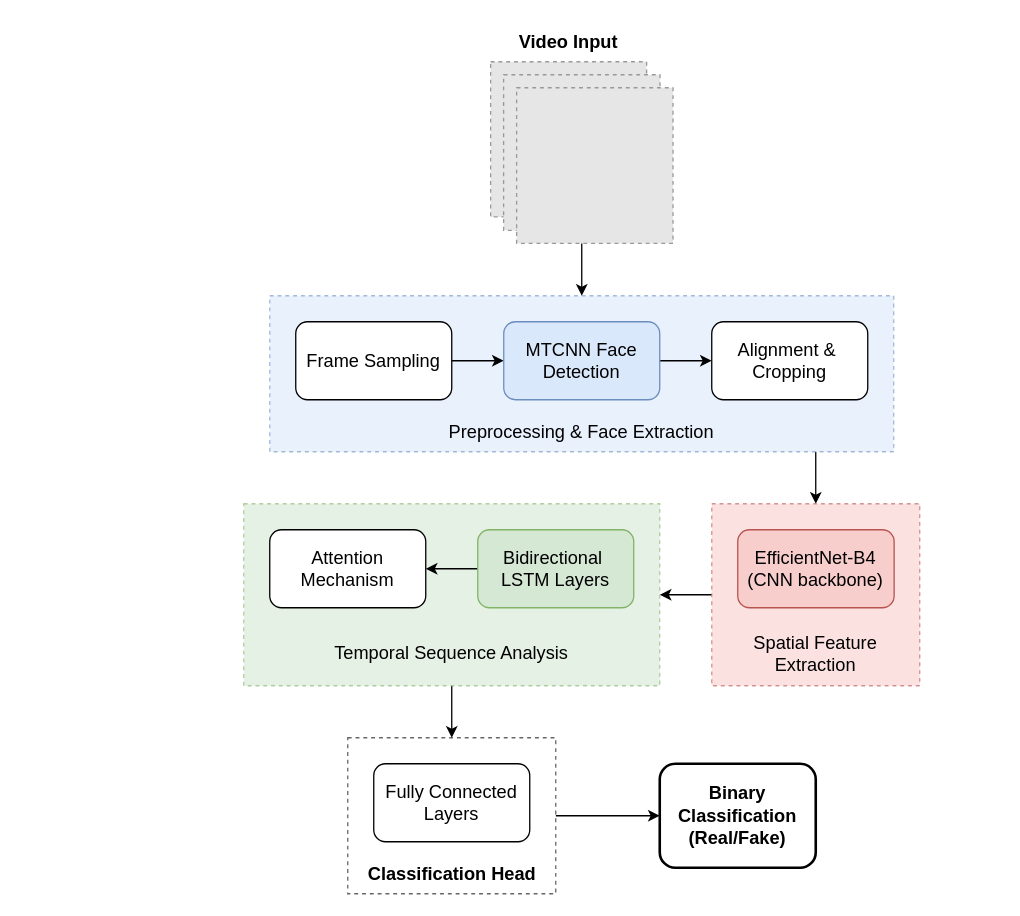
The draw.io diagram DeepFakeDetectionArchitecture.drawio in lukas0173/Draw.io, before the edit. Source tidied: cells renumbered, new cells numbered last; positions are measured from the earlier drawing's top-left corner, leaving out a move shared by most shapes. Both pictures are drawn from the tidied source at 130%, with x=0, y=0 at pixel (243, 22). Pictures stored in the file or linked from it are replaced by grey dashed boxes.
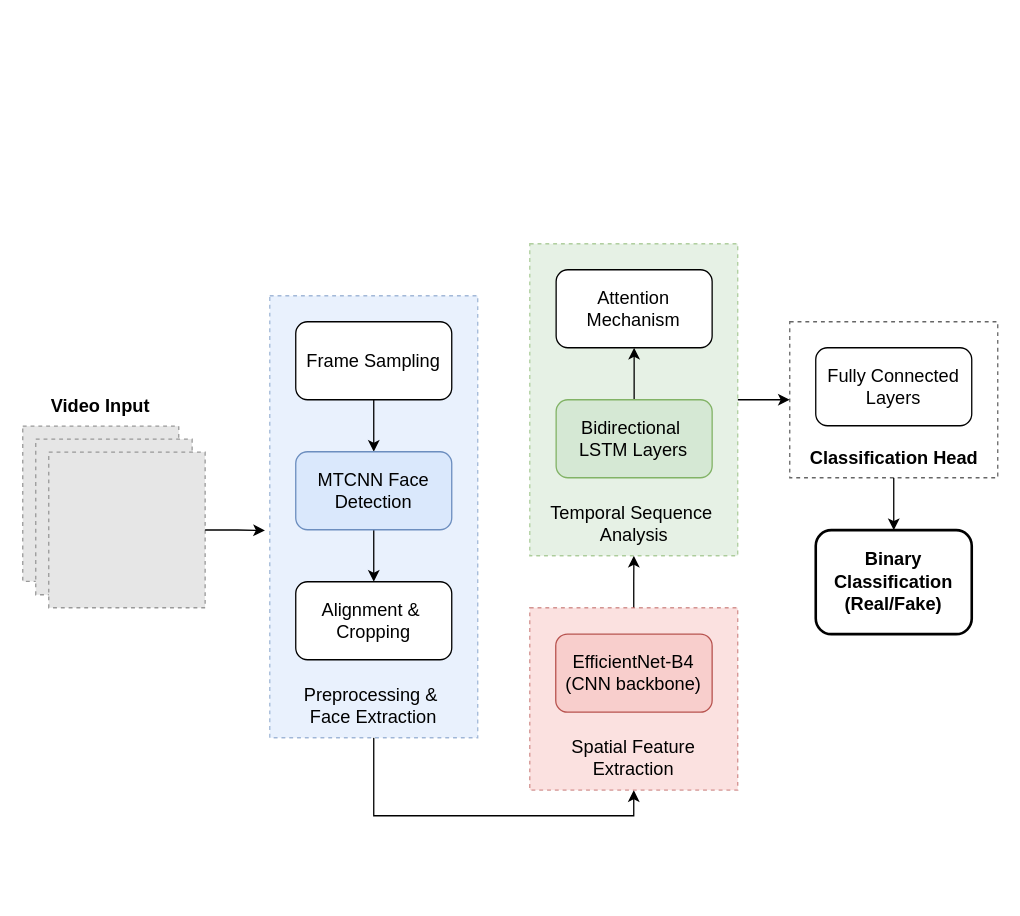
Above is the later version.

The edit, as a diff of the source:
```diff
@@
-    <mxCell id="2" style="edgeStyle=orthogonalEdgeStyle;rounded=0;jettySize=auto;html=1;entryX=0.5;entryY=0;entryDx=0;entryDy=0;" parent="1" edge="1" source="3" target="13">
-      <mxGeometry relative="1" as="geometry">
-        <Array as="points">
-          <mxPoint x="440" y="340" />
-          <mxPoint x="440" y="340" />
-        </Array>
-      </mxGeometry>
-    </mxCell>
+    <mxCell id="32" style="edgeStyle=orthogonalEdgeStyle;rounded=0;jettySize=auto;html=1;entryX=0.5;entryY=1;entryDx=0;entryDy=0;" parent="1" edge="1" source="3" target="14">
+      <mxGeometry relative="1" as="geometry">
+        <Array as="points">
+          <mxPoint x="100" y="610" />
+          <mxPoint x="300" y="610" />
+        </Array>
+      </mxGeometry>
+    </mxCell>
     <mxCell id="3" style="rounded=0;whiteSpace=wrap;html=1;fillColor=#dae8fc;strokeColor=#6c8ebf;dashed=1;opacity=60;" parent="1" vertex="1">
-      <mxGeometry x="20" y="210" width="480" height="120" as="geometry" />
+      <mxGeometry x="20" y="210" width="160" height="340" as="geometry" />
     </mxCell>
     <mxCell id="4" style="fillColor=#E6E6E6;strokeColor=#999999;dashed=1;verticalLabelPosition=bottom;verticalAlign=top;" parent="1" vertex="1">
-      <mxGeometry x="189.9" y="30" width="120" height="119.4" as="geometry" />
+      <mxGeometry x="-170" y="310.3" width="120" height="119.4" as="geometry" />
     </mxCell>
@@
     <mxCell id="8" value="MTCNN Face Detection" style="rounded=1;whiteSpace=wrap;html=1;fontSize=14;fillColor=#dae8fc;strokeColor=#6c8ebf;" parent="1" vertex="1">
-      <mxGeometry x="200" y="230" width="120" height="60" as="geometry" />
+      <mxGeometry x="40" y="330" width="120" height="60" as="geometry" />
     </mxCell>
     <mxCell id="9" value="Alignment &amp;amp;&amp;nbsp;&lt;div&gt;Cropping&lt;/div&gt;" style="rounded=1;whiteSpace=wrap;html=1;fontSize=14;" parent="1" vertex="1">
-      <mxGeometry x="360" y="230" width="120" height="60" as="geometry" />
+      <mxGeometry x="40" y="430" width="120" height="60" as="geometry" />
     </mxCell>
-    <mxCell id="10" value="Preprocessing &amp;amp; Face Extraction" style="text;html=1;whiteSpace=wrap;strokeColor=none;fillColor=none;align=center;verticalAlign=middle;rounded=0;fontStyle=0;fontSize=14;" parent="1" vertex="1">
-      <mxGeometry x="145" y="300" width="230" height="30" as="geometry" />
+    <mxCell id="10" value="Preprocessing &amp;amp;&amp;nbsp;&lt;div&gt;Face Extraction&lt;/div&gt;" style="text;html=1;whiteSpace=wrap;strokeColor=none;fillColor=none;align=center;verticalAlign=middle;rounded=0;fontStyle=0;fontSize=14;" parent="1" vertex="1">
+      <mxGeometry x="40" y="500" width="120" height="50" as="geometry" />
     </mxCell>
     <mxCell id="11" value="Video Input" style="text;html=1;whiteSpace=wrap;strokeColor=none;fillColor=none;align=center;verticalAlign=middle;rounded=0;fontStyle=1;fontSize=14;" parent="1" vertex="1">
-      <mxGeometry x="200" width="100" height="30" as="geometry" />
+      <mxGeometry x="-159.9" y="280.3" width="100" height="30" as="geometry" />
     </mxCell>
-    <mxCell id="12" style="edgeStyle=orthogonalEdgeStyle;rounded=0;jettySize=auto;html=1;entryX=1;entryY=0.5;entryDx=0;entryDy=0;" parent="1" edge="1" source="13" target="17">
-      <mxGeometry relative="1" as="geometry" />
-    </mxCell>
+    <mxCell id="33" style="edgeStyle=orthogonalEdgeStyle;rounded=0;jettySize=auto;html=1;entryX=0.5;entryY=1;entryDx=0;entryDy=0;" parent="1" edge="1" source="13" target="21">
+      <mxGeometry relative="1" as="geometry" />
+    </mxCell>
     <mxCell id="13" style="rounded=0;whiteSpace=wrap;html=1;fillColor=#f8cecc;strokeColor=#b85450;dashed=1;opacity=60;" parent="1" vertex="1">
-      <mxGeometry x="360" y="370" width="160" height="140" as="geometry" />
+      <mxGeometry x="220" y="450" width="160" height="140.3" as="geometry" />
     </mxCell>
     <mxCell id="14" value="Spatial Feature Extraction" style="text;html=1;whiteSpace=wrap;strokeColor=none;fillColor=none;align=center;verticalAlign=middle;rounded=0;fontStyle=0;fontSize=14;" parent="1" vertex="1">
-      <mxGeometry x="370" y="460" width="140" height="50" as="geometry" />
+      <mxGeometry x="230" y="540.3" width="140" height="50" as="geometry" />
     </mxCell>
     <mxCell id="15" value="EfficientNet-B4 (CNN backbone)" style="rounded=1;whiteSpace=wrap;html=1;fontSize=14;fillColor=#f8cecc;strokeColor=#b85450;" parent="1" vertex="1">
-      <mxGeometry x="380" y="390" width="120.3" height="60" as="geometry" />
+      <mxGeometry x="240" y="470.3" width="120.3" height="60" as="geometry" />
     </mxCell>
-    <mxCell id="16" style="edgeStyle=orthogonalEdgeStyle;rounded=0;jettySize=auto;html=1;entryX=0.5;entryY=0;entryDx=0;entryDy=0;" parent="1" edge="1" source="17" target="23">
+    <mxCell id="16" style="edgeStyle=orthogonalEdgeStyle;rounded=0;jettySize=auto;html=1;entryX=0;entryY=0.5;entryDx=0;entryDy=0;" parent="1" edge="1" source="17" target="23">
       <mxGeometry relative="1" as="geometry" />
     </mxCell>
     <mxCell id="17" style="rounded=0;whiteSpace=wrap;html=1;fillColor=#d5e8d4;strokeColor=#82b366;dashed=1;opacity=60;" parent="1" vertex="1">
-      <mxGeometry y="370" width="320" height="140" as="geometry" />
+      <mxGeometry x="220" y="170" width="160" height="240" as="geometry" />
     </mxCell>
@@
     <mxCell id="19" value="&lt;div&gt;&lt;div&gt;&lt;div&gt;Attention&lt;/div&gt;&lt;div&gt;Mechanism&lt;/div&gt;&lt;/div&gt;&lt;/div&gt;" style="rounded=1;whiteSpace=wrap;html=1;fontSize=14;" parent="1" vertex="1">
-      <mxGeometry x="20" y="390" width="120" height="60" as="geometry" />
+      <mxGeometry x="240.3" y="190" width="120" height="60" as="geometry" />
     </mxCell>
     <mxCell id="20" value="Bidirectional&amp;nbsp;&lt;div&gt;LSTM Layers&lt;/div&gt;" style="rounded=1;whiteSpace=wrap;html=1;fontSize=14;fillColor=#d5e8d4;strokeColor=#82b366;" parent="1" vertex="1">
-      <mxGeometry x="180" y="390" width="120" height="60" as="geometry" />
+      <mxGeometry x="240.3" y="290" width="120" height="60" as="geometry" />
     </mxCell>
-    <mxCell id="21" value="Temporal Sequence Analysis" style="text;html=1;whiteSpace=wrap;strokeColor=none;fillColor=none;align=center;verticalAlign=middle;rounded=0;fontStyle=0;fontSize=14;" parent="1" vertex="1">
-      <mxGeometry x="45" y="470" width="230" height="30" as="geometry" />
+    <mxCell id="21" value="Temporal Sequence&amp;nbsp;&lt;div&gt;Analysis&lt;/div&gt;" style="text;html=1;whiteSpace=wrap;strokeColor=none;fillColor=none;align=center;verticalAlign=middle;rounded=0;fontStyle=0;fontSize=14;" parent="1" vertex="1">
+      <mxGeometry x="232.6" y="360" width="135" height="50" as="geometry" />
     </mxCell>
@@
     <mxCell id="23" style="rounded=0;whiteSpace=wrap;html=1;dashed=1;opacity=60;" parent="1" vertex="1">
-      <mxGeometry x="80" y="550" width="160" height="120" as="geometry" />
+      <mxGeometry x="420" y="230" width="160" height="120" as="geometry" />
     </mxCell>
@@
     <mxCell id="26" value="Classification Head" style="text;html=1;whiteSpace=wrap;strokeColor=none;fillColor=none;align=center;verticalAlign=middle;rounded=0;fontStyle=1;fontSize=14;" parent="1" vertex="1">
-      <mxGeometry x="87.5" y="640" width="145" height="30" as="geometry" />
+      <mxGeometry x="427.5" y="320" width="145" height="30" as="geometry" />
     </mxCell>
     <mxCell id="27" style="fillColor=#E6E6E6;strokeColor=#999999;dashed=1;verticalLabelPosition=bottom;verticalAlign=top;" parent="1" vertex="1">
-      <mxGeometry x="199.9" y="40" width="120.3" height="119.7" as="geometry" />
+      <mxGeometry x="-160" y="320.3" width="120.3" height="119.7" as="geometry" />
     </mxCell>
-    <mxCell id="28" style="edgeStyle=orthogonalEdgeStyle;rounded=0;jettySize=auto;html=1;entryX=0.5;entryY=0;entryDx=0;entryDy=0;" parent="1" edge="1" source="29" target="3">
-      <mxGeometry relative="1" as="geometry">
-        <Array as="points">
-          <mxPoint x="260" y="180" />
-          <mxPoint x="260" y="180" />
-        </Array>
-      </mxGeometry>
-    </mxCell>
     <mxCell id="29" style="fillColor=#E6E6E6;strokeColor=#999999;dashed=1;verticalLabelPosition=bottom;verticalAlign=top;" parent="1" vertex="1">
-      <mxGeometry x="209.9" y="50" width="120.3" height="119.7" as="geometry" />
+      <mxGeometry x="-150" y="330.3" width="120.3" height="119.7" as="geometry" />
     </mxCell>
     <mxCell id="30" value="&lt;div&gt;&lt;div&gt;&lt;div&gt;Binary Classification&lt;/div&gt;&lt;/div&gt;&lt;/div&gt;&lt;div&gt;(Real/Fake)&lt;/div&gt;" style="rounded=1;whiteSpace=wrap;html=1;fontSize=14;strokeWidth=2;fontStyle=1;" parent="1" vertex="1">
-      <mxGeometry x="320" y="570" width="120" height="80" as="geometry" />
+      <mxGeometry x="440" y="390.3" width="120" height="80" as="geometry" />
     </mxCell>
     <mxCell id="31" value="&lt;div&gt;&lt;div&gt;&lt;div&gt;Fully Connected Layers&lt;/div&gt;&lt;/div&gt;&lt;/div&gt;" style="rounded=1;whiteSpace=wrap;html=1;fontSize=14;" parent="1" vertex="1">
-      <mxGeometry x="100" y="570" width="120" height="60" as="geometry" />
+      <mxGeometry x="440" y="250" width="120" height="60" as="geometry" />
     </mxCell>
+    <mxCell id="28" style="edgeStyle=orthogonalEdgeStyle;rounded=0;jettySize=auto;html=1;entryX=-0.023;entryY=0.531;entryDx=0;entryDy=0;entryPerimeter=0;" parent="1" edge="1" source="29" target="3">
+      <mxGeometry relative="1" as="geometry" />
+    </mxCell>
```
